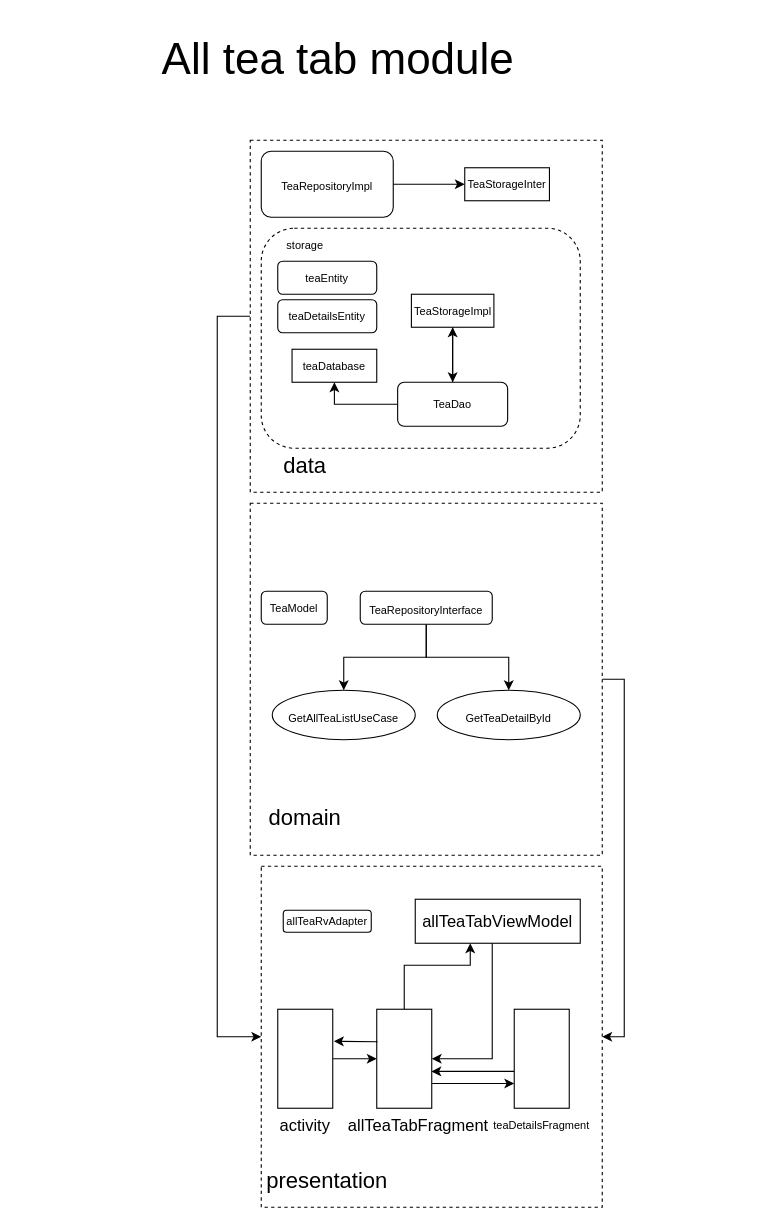
This is Untitled Diagram.drawio from ManForProm/ChayKuApp, a draw.io file, before an edit. Source tidied: cells renumbered, new cells numbered last; positions are measured from the earlier drawing's top-left corner, leaving out a move shared by most shapes. Both pictures are drawn from the tidied source at 110%, with x=0, y=0 at pixel (19, 19).
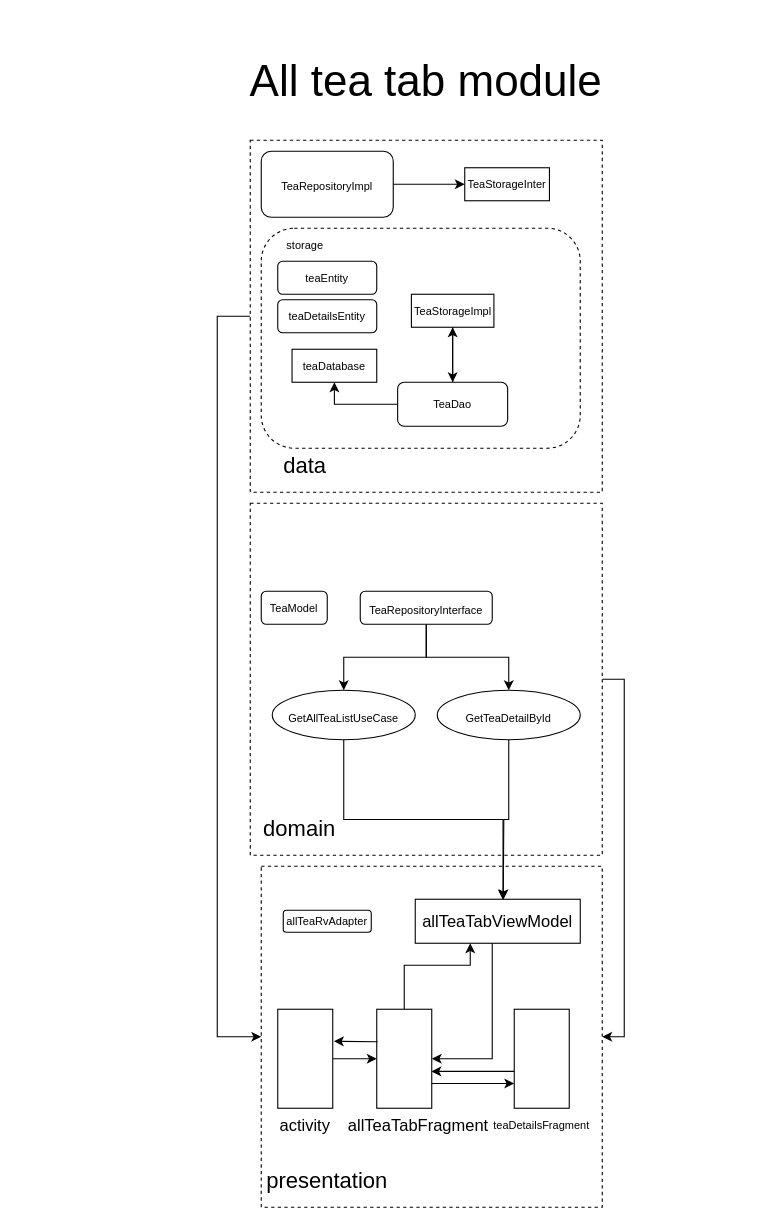
Above is the later version.

Unchanged cells that the change refers to:
```xml
<mxCell id="18" style="rounded=0;whiteSpace=wrap;html=1;fontSize=15;" parent="1" vertex="1">
  <mxGeometry x="360" y="800" width="150" height="40" as="geometry" />
</mxCell>
<mxCell id="21" value="&lt;font style=&quot;font-size: 10px&quot;&gt;GetAllTeaListUseCase&lt;/font&gt;" style="ellipse;whiteSpace=wrap;html=1;fontSize=15;" parent="1" vertex="1">
  <mxGeometry x="230" y="610" width="130" height="45" as="geometry" />
</mxCell>
<mxCell id="25" value="&lt;span style=&quot;font-size: 10px&quot;&gt;GetTeaDetailById&lt;/span&gt;" style="ellipse;whiteSpace=wrap;html=1;fontSize=15;" parent="1" vertex="1">
  <mxGeometry x="380" y="610" width="130" height="45" as="geometry" />
</mxCell>
```

Diff of the diagram source:
```diff
@@
     <mxCell id="7" value="All tea tab module" style="text;html=1;strokeColor=none;fillColor=none;align=center;verticalAlign=middle;whiteSpace=wrap;rounded=0;dashed=1;fontSize=40;" parent="1" vertex="1">
-      <mxGeometry width="580" height="70" as="geometry" />
+      <mxGeometry x="80" y="20" width="580" height="70" as="geometry" />
     </mxCell>
@@
     <mxCell id="9" value="domain" style="text;html=1;strokeColor=none;fillColor=none;align=center;verticalAlign=middle;whiteSpace=wrap;rounded=0;dashed=1;fontSize=20;" parent="1" vertex="1">
-      <mxGeometry x="230" y="710" width="60" height="30" as="geometry" />
+      <mxGeometry x="225" y="720" width="60" height="30" as="geometry" />
     </mxCell>
@@
+    <mxCell id="45" style="edgeStyle=orthogonalEdgeStyle;rounded=0;jettySize=auto;html=1;exitX=0.5;exitY=1;exitDx=0;exitDy=0;entryX=0.532;entryY=0.016;entryDx=0;entryDy=0;entryPerimeter=0;" parent="1" edge="1" source="21" target="18">
+      <mxGeometry relative="1" as="geometry" />
+    </mxCell>
@@
+    <mxCell id="46" style="edgeStyle=orthogonalEdgeStyle;rounded=0;jettySize=auto;html=1;exitX=0.5;exitY=1;exitDx=0;exitDy=0;" parent="1" edge="1" source="25">
+      <mxGeometry relative="1" as="geometry">
+        <mxPoint x="440" y="800" as="targetPoint" />
+      </mxGeometry>
+    </mxCell>
```
